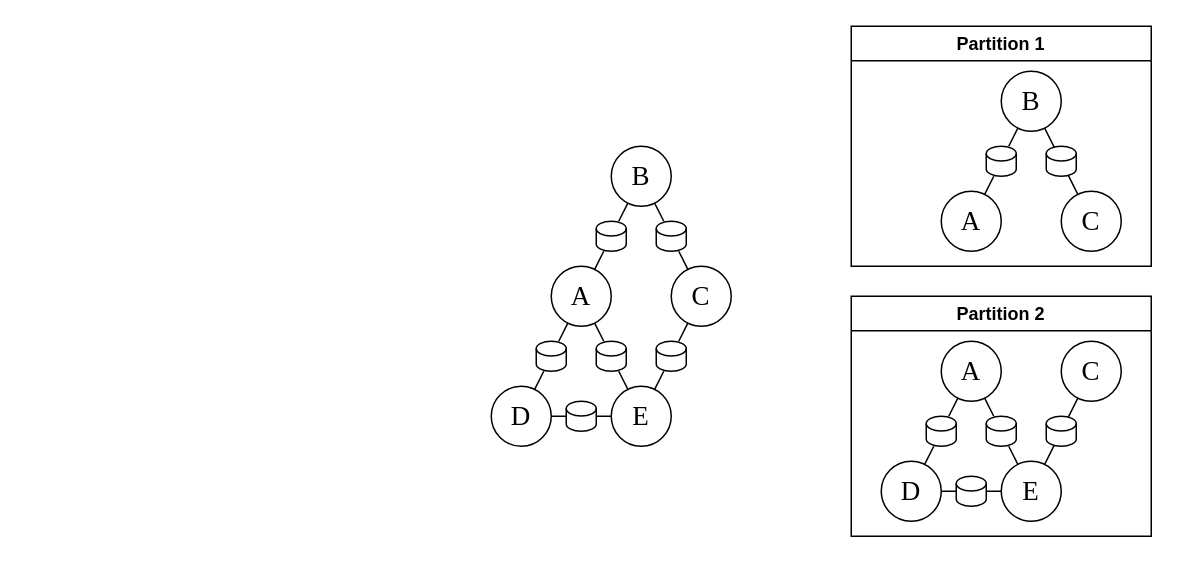
The draw.io diagram GraphProcessing.drawio in OneOverThree/PastryTest, before the edit. Source tidied: cells renumbered, new cells numbered last; positions are measured from the earlier drawing's top-left corner, leaving out a move shared by most shapes. Both pictures are drawn from the tidied source at 150%, with x=0, y=0 at pixel (490, 26).
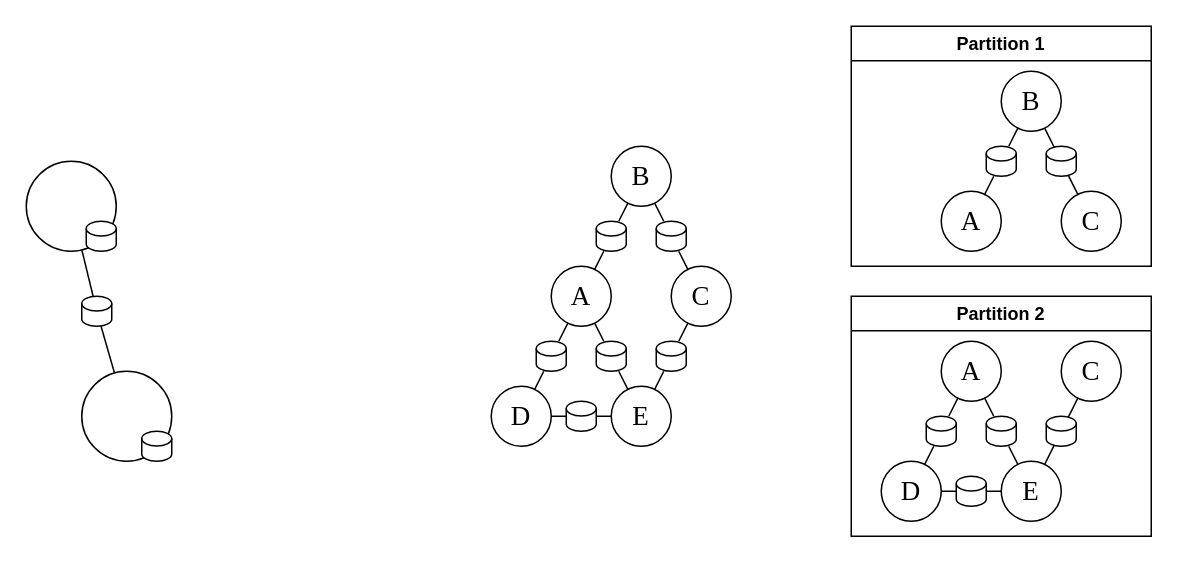
The same diagram, later.

Diff of the diagram source:
```diff
@@
+    <mxCell id="50" style="ellipse;whiteSpace=wrap;html=1;" parent="1" vertex="1">
+      <mxGeometry x="-310" y="90" width="60" height="60" as="geometry" />
+    </mxCell>
+    <mxCell id="51" style="ellipse;whiteSpace=wrap;html=1;" parent="1" vertex="1">
+      <mxGeometry x="-273" y="230" width="60" height="60" as="geometry" />
+    </mxCell>
+    <mxCell id="52" style="endArrow=none;html=1;rounded=0;" parent="1" edge="1" source="56" target="50">
+      <mxGeometry relative="1" as="geometry" />
+    </mxCell>
+    <mxCell id="53" style="shape=cylinder3;whiteSpace=wrap;html=1;boundedLbl=1;backgroundOutline=1;size=4.904779343377953;" parent="1" vertex="1">
+      <mxGeometry x="-270" y="130" width="20" height="20" as="geometry" />
+    </mxCell>
+    <mxCell id="54" style="shape=cylinder3;whiteSpace=wrap;html=1;boundedLbl=1;backgroundOutline=1;size=4.904779343377953;" parent="1" vertex="1">
+      <mxGeometry x="-233" y="270" width="20" height="20" as="geometry" />
+    </mxCell>
+    <mxCell id="55" style="endArrow=none;html=1;rounded=0;" parent="1" edge="1" source="51" target="56">
+      <mxGeometry relative="1" as="geometry" />
+    </mxCell>
+    <mxCell id="56" style="shape=cylinder3;whiteSpace=wrap;html=1;boundedLbl=1;backgroundOutline=1;size=4.904779343377953;" parent="1" vertex="1">
+      <mxGeometry x="-273" y="180" width="20" height="20" as="geometry" />
+    </mxCell>
```
